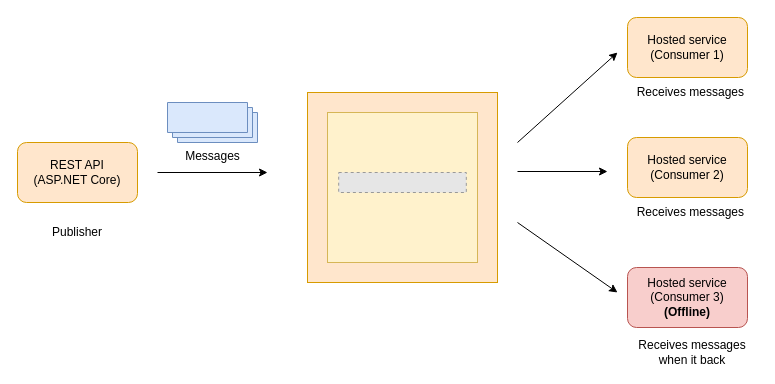
This is docs/img/Rabbitmq.drawio from Amitpnk/Microservice-Communication-with-RabbitMQ-MassTransit, a draw.io file, before an edit. Source tidied: cells renumbered, new cells numbered last; positions are measured from the earlier drawing's top-left corner, leaving out a move shared by most shapes. Both pictures are drawn from the tidied source at 100%, with x=0, y=0 at pixel (17, 17). Pictures stored in the file or linked from it are replaced by grey dashed boxes.
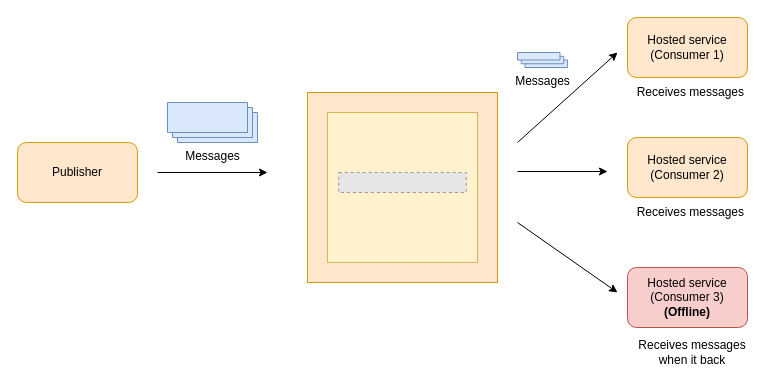
After the change.

What changed in the source:
```diff
@@
-    <mxCell id="2" value="REST API&lt;br&gt;(ASP.NET Core)" style="rounded=1;whiteSpace=wrap;html=1;fillColor=#ffe6cc;strokeColor=#d79b00;" parent="1" vertex="1">
+    <mxCell id="2" value="Publisher" style="rounded=1;whiteSpace=wrap;html=1;fillColor=#ffe6cc;strokeColor=#d79b00;" parent="1" vertex="1">
       <mxGeometry y="125" width="120" height="60" as="geometry" />
     </mxCell>
@@
-    <mxCell id="5" value="Publisher" style="text;html=1;strokeColor=none;fillColor=none;align=center;verticalAlign=middle;whiteSpace=wrap;rounded=0;" parent="1" vertex="1">
-      <mxGeometry x="40" y="205" width="40" height="20" as="geometry" />
-    </mxCell>
@@
+    <mxCell id="18" value="Messages" style="verticalLabelPosition=bottom;verticalAlign=top;html=1;shape=mxgraph.basic.layered_rect;dx=10;fillColor=#dae8fc;strokeColor=#6c8ebf;" parent="1" vertex="1">
+      <mxGeometry x="500" y="35" width="50" height="15" as="geometry" />
+    </mxCell>
```
